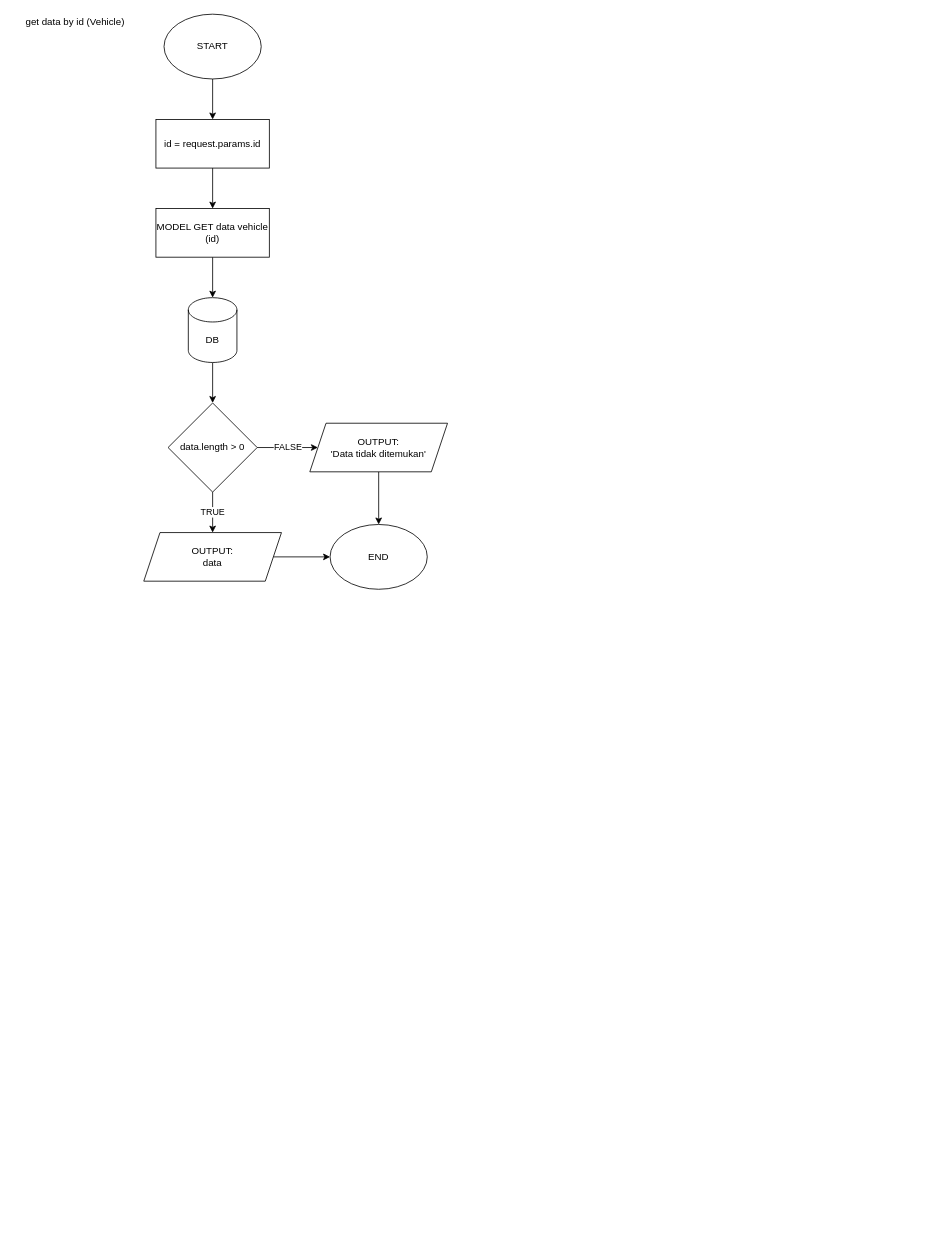
Before: page "Forgot Password" (4 of 5) of drawio/flowchart.drawio in 7shiroi/fw5-backend-beginner, a draw.io diagram. Source tidied: cells renumbered, new cells numbered last; positions are measured from the earlier drawing's top-left corner, leaving out a move shared by most shapes. Both pictures are drawn from the tidied source at 81%, with x=0, y=0 at pixel (18, 14).
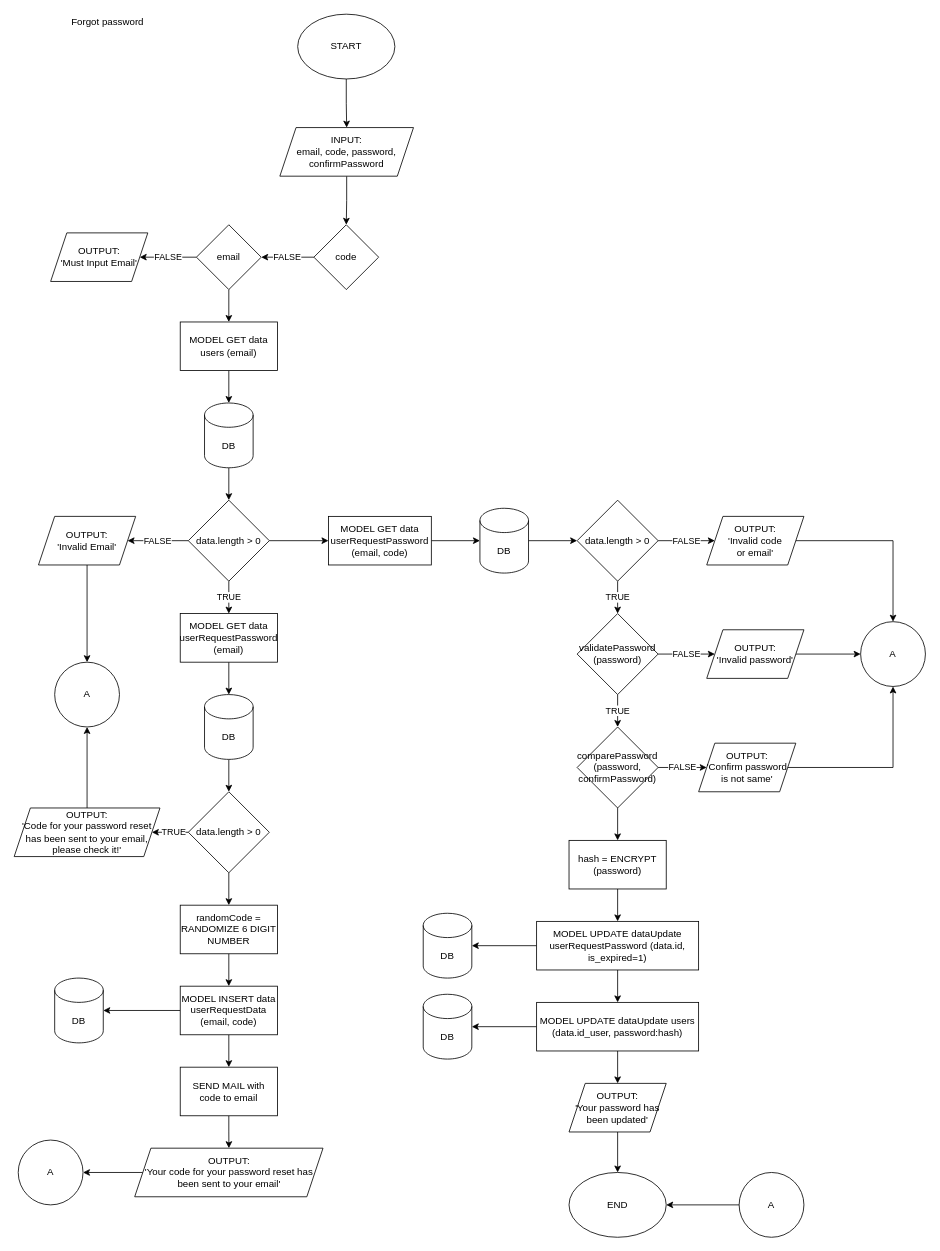
The same diagram, later.

Change to the diagram source:
```diff
@@
-    <mxCell id="2" value="get data by id (Vehicle)" style="text;html=1;align=center;verticalAlign=middle;strokeColor=none;fillColor=none;" parent="1" vertex="1">
-      <mxGeometry width="140" height="20" as="geometry" />
-    </mxCell>
-    <mxCell id="3" style="edgeStyle=orthogonalEdgeStyle;rounded=0;jettySize=auto;html=1;" parent="1" edge="1" source="4" target="6">
-      <mxGeometry relative="1" as="geometry" />
-    </mxCell>
+    <mxCell id="19" value="Forgot password" style="text;html=1;align=center;verticalAlign=middle;strokeColor=none;fillColor=none;" parent="1" vertex="1">
+      <mxGeometry x="60" width="100" height="20" as="geometry" />
+    </mxCell>
+    <mxCell id="20" style="edgeStyle=orthogonalEdgeStyle;rounded=0;jettySize=auto;html=1;" parent="1" edge="1" source="4" target="22">
+      <mxGeometry relative="1" as="geometry" />
+    </mxCell>
     <mxCell id="4" value="START" style="ellipse;whiteSpace=wrap;html=1;" parent="1" vertex="1">
-      <mxGeometry x="180" width="120" height="80" as="geometry" />
+      <mxGeometry x="345" width="120" height="80" as="geometry" />
     </mxCell>
-    <mxCell id="5" style="edgeStyle=orthogonalEdgeStyle;rounded=0;jettySize=auto;html=1;" parent="1" edge="1" source="6" target="8">
-      <mxGeometry relative="1" as="geometry" />
-    </mxCell>
-    <mxCell id="6" value="id = request.params.id" style="rounded=0;whiteSpace=wrap;html=1;" parent="1" vertex="1">
-      <mxGeometry x="170" y="130" width="140" height="60" as="geometry" />
-    </mxCell>
-    <mxCell id="7" style="edgeStyle=orthogonalEdgeStyle;rounded=0;jettySize=auto;html=1;" parent="1" edge="1" source="8" target="18">
-      <mxGeometry relative="1" as="geometry" />
-    </mxCell>
-    <mxCell id="8" value="MODEL GET data vehicle (id)" style="rounded=0;whiteSpace=wrap;html=1;" parent="1" vertex="1">
-      <mxGeometry x="170" y="240" width="140" height="60" as="geometry" />
-    </mxCell>
-    <mxCell id="9" value="FALSE" style="edgeStyle=orthogonalEdgeStyle;rounded=0;jettySize=auto;html=1;" parent="1" edge="1" source="11" target="13">
-      <mxGeometry relative="1" as="geometry" />
-    </mxCell>
-    <mxCell id="10" value="TRUE" style="edgeStyle=orthogonalEdgeStyle;rounded=0;jettySize=auto;html=1;" parent="1" edge="1" source="11">
-      <mxGeometry relative="1" as="geometry">
-        <mxPoint x="240" y="640" as="targetPoint" />
-      </mxGeometry>
-    </mxCell>
-    <mxCell id="11" value="data.length &amp;gt; 0" style="rhombus;whiteSpace=wrap;html=1;" parent="1" vertex="1">
-      <mxGeometry x="185" y="480" width="110" height="110" as="geometry" />
-    </mxCell>
-    <mxCell id="12" style="edgeStyle=orthogonalEdgeStyle;rounded=0;jettySize=auto;html=1;" parent="1" edge="1" source="13" target="16">
-      <mxGeometry relative="1" as="geometry" />
-    </mxCell>
-    <mxCell id="13" value="OUTPUT:&lt;br&gt;'Data tidak ditemukan'" style="shape=parallelogram;perimeter=parallelogramPerimeter;whiteSpace=wrap;html=1;fixedSize=1;" parent="1" vertex="1">
-      <mxGeometry x="360" y="505" width="170" height="60" as="geometry" />
-    </mxCell>
-    <mxCell id="14" style="edgeStyle=orthogonalEdgeStyle;rounded=0;jettySize=auto;html=1;" parent="1" edge="1" source="15" target="16">
-      <mxGeometry relative="1" as="geometry" />
-    </mxCell>
-    <mxCell id="15" value="OUTPUT:&lt;br&gt;data" style="shape=parallelogram;perimeter=parallelogramPerimeter;whiteSpace=wrap;html=1;fixedSize=1;" parent="1" vertex="1">
-      <mxGeometry x="155" y="640" width="170" height="60" as="geometry" />
-    </mxCell>
+    <mxCell id="21" style="edgeStyle=orthogonalEdgeStyle;rounded=0;jettySize=auto;html=1;" parent="1" edge="1" source="22" target="24">
+      <mxGeometry relative="1" as="geometry" />
+    </mxCell>
+    <mxCell id="22" value="INPUT:&lt;br&gt;email, code, password, confirmPassword" style="shape=parallelogram;perimeter=parallelogramPerimeter;whiteSpace=wrap;html=1;fixedSize=1;" parent="1" vertex="1">
+      <mxGeometry x="323" y="140" width="165" height="60" as="geometry" />
+    </mxCell>
+    <mxCell id="23" value="FALSE" style="edgeStyle=orthogonalEdgeStyle;rounded=0;jettySize=auto;html=1;" parent="1" edge="1" source="24" target="27">
+      <mxGeometry relative="1" as="geometry" />
+    </mxCell>
+    <mxCell id="24" value="code" style="rhombus;whiteSpace=wrap;html=1;" parent="1" vertex="1">
+      <mxGeometry x="365" y="260" width="80" height="80" as="geometry" />
+    </mxCell>
+    <mxCell id="25" value="FALSE" style="edgeStyle=orthogonalEdgeStyle;rounded=0;jettySize=auto;html=1;" parent="1" edge="1" source="27" target="30">
+      <mxGeometry relative="1" as="geometry" />
+    </mxCell>
+    <mxCell id="26" style="edgeStyle=orthogonalEdgeStyle;rounded=0;jettySize=auto;html=1;" parent="1" edge="1" source="27" target="29">
+      <mxGeometry relative="1" as="geometry" />
+    </mxCell>
+    <mxCell id="27" value="email" style="rhombus;whiteSpace=wrap;html=1;" parent="1" vertex="1">
+      <mxGeometry x="220" y="260" width="80" height="80" as="geometry" />
+    </mxCell>
+    <mxCell id="28" style="edgeStyle=orthogonalEdgeStyle;rounded=0;jettySize=auto;html=1;" parent="1" edge="1" source="29" target="32">
+      <mxGeometry relative="1" as="geometry" />
+    </mxCell>
+    <mxCell id="29" value="MODEL GET data users (email)" style="rounded=0;whiteSpace=wrap;html=1;" parent="1" vertex="1">
+      <mxGeometry x="200" y="380" width="120" height="60" as="geometry" />
+    </mxCell>
+    <mxCell id="30" value="OUTPUT:&lt;br&gt;'Must Input Email'" style="shape=parallelogram;perimeter=parallelogramPerimeter;whiteSpace=wrap;html=1;fixedSize=1;" parent="1" vertex="1">
+      <mxGeometry x="40" y="270" width="120" height="60" as="geometry" />
+    </mxCell>
+    <mxCell id="31" style="edgeStyle=orthogonalEdgeStyle;rounded=0;jettySize=auto;html=1;" parent="1" edge="1" source="32" target="36">
+      <mxGeometry relative="1" as="geometry" />
+    </mxCell>
+    <mxCell id="32" value="DB" style="shape=cylinder3;whiteSpace=wrap;html=1;boundedLbl=1;backgroundOutline=1;size=15;" parent="1" vertex="1">
+      <mxGeometry x="230" y="480" width="60" height="80" as="geometry" />
+    </mxCell>
+    <mxCell id="33" value="FALSE" style="edgeStyle=orthogonalEdgeStyle;rounded=0;jettySize=auto;html=1;" parent="1" edge="1" source="36" target="38">
+      <mxGeometry relative="1" as="geometry" />
+    </mxCell>
+    <mxCell id="34" value="TRUE" style="edgeStyle=orthogonalEdgeStyle;rounded=0;jettySize=auto;html=1;" parent="1" edge="1" source="36" target="40">
+      <mxGeometry relative="1" as="geometry" />
+    </mxCell>
+    <mxCell id="35" style="edgeStyle=orthogonalEdgeStyle;rounded=0;jettySize=auto;html=1;" parent="1" edge="1" source="36" target="59">
+      <mxGeometry relative="1" as="geometry" />
+    </mxCell>
+    <mxCell id="36" value="data.length &amp;gt; 0" style="rhombus;whiteSpace=wrap;html=1;" parent="1" vertex="1">
+      <mxGeometry x="210" y="600" width="100" height="100" as="geometry" />
+    </mxCell>
+    <mxCell id="37" style="edgeStyle=orthogonalEdgeStyle;rounded=0;jettySize=auto;html=1;" parent="1" edge="1" source="38" target="89">
+      <mxGeometry relative="1" as="geometry" />
+    </mxCell>
+    <mxCell id="38" value="OUTPUT:&lt;br&gt;'Invalid Email'" style="shape=parallelogram;perimeter=parallelogramPerimeter;whiteSpace=wrap;html=1;fixedSize=1;" parent="1" vertex="1">
+      <mxGeometry x="25" y="620" width="120" height="60" as="geometry" />
+    </mxCell>
+    <mxCell id="39" style="edgeStyle=orthogonalEdgeStyle;rounded=0;jettySize=auto;html=1;" parent="1" edge="1" source="40" target="42">
+      <mxGeometry relative="1" as="geometry" />
+    </mxCell>
+    <mxCell id="40" value="MODEL GET data userRequestPassword (email)" style="rounded=0;whiteSpace=wrap;html=1;" parent="1" vertex="1">
+      <mxGeometry x="200" y="740" width="120" height="60" as="geometry" />
+    </mxCell>
+    <mxCell id="41" style="edgeStyle=orthogonalEdgeStyle;rounded=0;jettySize=auto;html=1;" parent="1" edge="1" source="42" target="45">
+      <mxGeometry relative="1" as="geometry" />
+    </mxCell>
+    <mxCell id="42" value="DB" style="shape=cylinder3;whiteSpace=wrap;html=1;boundedLbl=1;backgroundOutline=1;size=15;" parent="1" vertex="1">
+      <mxGeometry x="230" y="840" width="60" height="80" as="geometry" />
+    </mxCell>
+    <mxCell id="43" value="TRUE" style="edgeStyle=orthogonalEdgeStyle;rounded=0;jettySize=auto;html=1;" parent="1" edge="1" source="45" target="47">
+      <mxGeometry relative="1" as="geometry" />
+    </mxCell>
+    <mxCell id="44" style="edgeStyle=orthogonalEdgeStyle;rounded=0;jettySize=auto;html=1;" parent="1" edge="1" source="45" target="49">
+      <mxGeometry relative="1" as="geometry" />
+    </mxCell>
+    <mxCell id="45" value="data.length &amp;gt; 0" style="rhombus;whiteSpace=wrap;html=1;" parent="1" vertex="1">
+      <mxGeometry x="210" y="960" width="100" height="100" as="geometry" />
+    </mxCell>
+    <mxCell id="46" style="edgeStyle=orthogonalEdgeStyle;rounded=0;jettySize=auto;html=1;" parent="1" edge="1" source="47" target="89">
+      <mxGeometry relative="1" as="geometry" />
+    </mxCell>
+    <mxCell id="47" value="OUTPUT:&lt;br&gt;'Code for your password reset has been sent to your email, please check it!'" style="shape=parallelogram;perimeter=parallelogramPerimeter;whiteSpace=wrap;html=1;fixedSize=1;" parent="1" vertex="1">
+      <mxGeometry x="-5" y="980" width="180" height="60" as="geometry" />
+    </mxCell>
+    <mxCell id="48" style="edgeStyle=orthogonalEdgeStyle;rounded=0;jettySize=auto;html=1;" parent="1" edge="1" source="49" target="52">
+      <mxGeometry relative="1" as="geometry" />
+    </mxCell>
+    <mxCell id="49" value="randomCode = RANDOMIZE 6 DIGIT NUMBER" style="rounded=0;whiteSpace=wrap;html=1;" parent="1" vertex="1">
+      <mxGeometry x="200" y="1100" width="120" height="60" as="geometry" />
+    </mxCell>
+    <mxCell id="50" style="edgeStyle=orthogonalEdgeStyle;rounded=0;jettySize=auto;html=1;" parent="1" edge="1" source="52" target="53">
+      <mxGeometry relative="1" as="geometry" />
+    </mxCell>
+    <mxCell id="51" style="edgeStyle=orthogonalEdgeStyle;rounded=0;jettySize=auto;html=1;" parent="1" edge="1" source="52" target="55">
+      <mxGeometry relative="1" as="geometry" />
+    </mxCell>
+    <mxCell id="52" value="MODEL INSERT data userRequestData (email, code)" style="rounded=0;whiteSpace=wrap;html=1;" parent="1" vertex="1">
+      <mxGeometry x="200" y="1200" width="120" height="60" as="geometry" />
+    </mxCell>
+    <mxCell id="53" value="DB" style="shape=cylinder3;whiteSpace=wrap;html=1;boundedLbl=1;backgroundOutline=1;size=15;" parent="1" vertex="1">
+      <mxGeometry x="45" y="1190" width="60" height="80" as="geometry" />
+    </mxCell>
+    <mxCell id="54" style="edgeStyle=orthogonalEdgeStyle;rounded=0;jettySize=auto;html=1;" parent="1" edge="1" source="55" target="57">
+      <mxGeometry relative="1" as="geometry" />
+    </mxCell>
+    <mxCell id="55" value="SEND MAIL with code to email" style="rounded=0;whiteSpace=wrap;html=1;" parent="1" vertex="1">
+      <mxGeometry x="200" y="1300" width="120" height="60" as="geometry" />
+    </mxCell>
+    <mxCell id="56" style="edgeStyle=orthogonalEdgeStyle;rounded=0;jettySize=auto;html=1;" parent="1" edge="1" source="57" target="93">
+      <mxGeometry relative="1" as="geometry" />
+    </mxCell>
+    <mxCell id="57" value="OUTPUT:&lt;br&gt;'Your code for your password reset has been sent to your email'" style="shape=parallelogram;perimeter=parallelogramPerimeter;whiteSpace=wrap;html=1;fixedSize=1;" parent="1" vertex="1">
+      <mxGeometry x="143.8" y="1400" width="232.5" height="60" as="geometry" />
+    </mxCell>
+    <mxCell id="58" style="edgeStyle=orthogonalEdgeStyle;rounded=0;jettySize=auto;html=1;" parent="1" edge="1" source="59" target="61">
+      <mxGeometry relative="1" as="geometry" />
+    </mxCell>
+    <mxCell id="59" value="MODEL GET data userRequestPassword (email, code)" style="rounded=0;whiteSpace=wrap;html=1;" parent="1" vertex="1">
+      <mxGeometry x="383" y="620" width="127" height="60" as="geometry" />
+    </mxCell>
+    <mxCell id="60" style="edgeStyle=orthogonalEdgeStyle;rounded=0;jettySize=auto;html=1;" parent="1" edge="1" source="61" target="64">
+      <mxGeometry relative="1" as="geometry" />
+    </mxCell>
+    <mxCell id="61" value="DB" style="shape=cylinder3;whiteSpace=wrap;html=1;boundedLbl=1;backgroundOutline=1;size=15;" parent="1" vertex="1">
+      <mxGeometry x="570" y="610" width="60" height="80" as="geometry" />
+    </mxCell>
+    <mxCell id="62" value="FALSE" style="edgeStyle=orthogonalEdgeStyle;rounded=0;jettySize=auto;html=1;" parent="1" edge="1" source="64" target="66">
+      <mxGeometry relative="1" as="geometry" />
+    </mxCell>
+    <mxCell id="63" value="TRUE" style="edgeStyle=orthogonalEdgeStyle;rounded=0;jettySize=auto;html=1;" parent="1" edge="1" source="64" target="69">
+      <mxGeometry relative="1" as="geometry" />
+    </mxCell>
+    <mxCell id="64" value="data.length &amp;gt; 0" style="rhombus;whiteSpace=wrap;html=1;" parent="1" vertex="1">
+      <mxGeometry x="690" y="600" width="100" height="100" as="geometry" />
+    </mxCell>
+    <mxCell id="65" style="edgeStyle=orthogonalEdgeStyle;rounded=0;jettySize=auto;html=1;" parent="1" edge="1" source="66" target="90">
+      <mxGeometry relative="1" as="geometry" />
+    </mxCell>
+    <mxCell id="66" value="OUTPUT:&lt;br&gt;'Invalid code &lt;br&gt;or email'" style="shape=parallelogram;perimeter=parallelogramPerimeter;whiteSpace=wrap;html=1;fixedSize=1;" parent="1" vertex="1">
+      <mxGeometry x="850" y="620" width="120" height="60" as="geometry" />
+    </mxCell>
+    <mxCell id="67" value="FALSE" style="edgeStyle=orthogonalEdgeStyle;rounded=0;jettySize=auto;html=1;" parent="1" edge="1" source="69" target="71">
+      <mxGeometry relative="1" as="geometry" />
+    </mxCell>
+    <mxCell id="68" value="TRUE" style="edgeStyle=orthogonalEdgeStyle;rounded=0;jettySize=auto;html=1;" parent="1" edge="1" source="69" target="74">
+      <mxGeometry relative="1" as="geometry" />
+    </mxCell>
+    <mxCell id="69" value="validatePassword (password)" style="rhombus;whiteSpace=wrap;html=1;" parent="1" vertex="1">
+      <mxGeometry x="690" y="740" width="100" height="100" as="geometry" />
+    </mxCell>
+    <mxCell id="70" style="edgeStyle=orthogonalEdgeStyle;rounded=0;jettySize=auto;html=1;" parent="1" edge="1" source="71" target="90">
+      <mxGeometry relative="1" as="geometry" />
+    </mxCell>
+    <mxCell id="71" value="OUTPUT:&lt;br&gt;'Invalid password'" style="shape=parallelogram;perimeter=parallelogramPerimeter;whiteSpace=wrap;html=1;fixedSize=1;" parent="1" vertex="1">
+      <mxGeometry x="850" y="760" width="120" height="60" as="geometry" />
+    </mxCell>
+    <mxCell id="72" value="FALSE" style="edgeStyle=orthogonalEdgeStyle;rounded=0;jettySize=auto;html=1;" parent="1" edge="1" source="74" target="76">
+      <mxGeometry relative="1" as="geometry" />
+    </mxCell>
+    <mxCell id="73" style="edgeStyle=orthogonalEdgeStyle;rounded=0;jettySize=auto;html=1;" parent="1" edge="1" source="74" target="78">
+      <mxGeometry relative="1" as="geometry" />
+    </mxCell>
+    <mxCell id="74" value="comparePassword (password, confirmPassword)" style="rhombus;whiteSpace=wrap;html=1;" parent="1" vertex="1">
+      <mxGeometry x="690" y="880" width="100" height="100" as="geometry" />
+    </mxCell>
+    <mxCell id="75" style="edgeStyle=orthogonalEdgeStyle;rounded=0;jettySize=auto;html=1;" parent="1" edge="1" source="76" target="90">
+      <mxGeometry relative="1" as="geometry" />
+    </mxCell>
+    <mxCell id="76" value="OUTPUT:&lt;br&gt;'Confirm password&lt;br&gt;is not same'" style="shape=parallelogram;perimeter=parallelogramPerimeter;whiteSpace=wrap;html=1;fixedSize=1;" parent="1" vertex="1">
+      <mxGeometry x="840" y="900" width="120" height="60" as="geometry" />
+    </mxCell>
+    <mxCell id="77" style="edgeStyle=orthogonalEdgeStyle;rounded=0;jettySize=auto;html=1;" parent="1" edge="1" source="78" target="81">
+      <mxGeometry relative="1" as="geometry" />
+    </mxCell>
+    <mxCell id="78" value="hash = ENCRYPT (password)" style="rounded=0;whiteSpace=wrap;html=1;" parent="1" vertex="1">
+      <mxGeometry x="680" y="1020" width="120" height="60" as="geometry" />
+    </mxCell>
+    <mxCell id="79" style="edgeStyle=orthogonalEdgeStyle;rounded=0;jettySize=auto;html=1;" parent="1" edge="1" source="81" target="82">
+      <mxGeometry relative="1" as="geometry" />
+    </mxCell>
+    <mxCell id="80" style="edgeStyle=orthogonalEdgeStyle;rounded=0;jettySize=auto;html=1;" parent="1" edge="1" source="81" target="85">
+      <mxGeometry relative="1" as="geometry" />
+    </mxCell>
+    <mxCell id="81" value="MODEL UPDATE dataUpdate userRequestPassword (data.id, is_expired=1)" style="rounded=0;whiteSpace=wrap;html=1;" parent="1" vertex="1">
+      <mxGeometry x="640" y="1120" width="200" height="60" as="geometry" />
+    </mxCell>
+    <mxCell id="82" value="DB" style="shape=cylinder3;whiteSpace=wrap;html=1;boundedLbl=1;backgroundOutline=1;size=15;" parent="1" vertex="1">
+      <mxGeometry x="500" y="1110" width="60" height="80" as="geometry" />
+    </mxCell>
+    <mxCell id="83" style="edgeStyle=orthogonalEdgeStyle;rounded=0;jettySize=auto;html=1;" parent="1" edge="1" source="85" target="86">
+      <mxGeometry relative="1" as="geometry" />
+    </mxCell>
+    <mxCell id="84" style="edgeStyle=orthogonalEdgeStyle;rounded=0;jettySize=auto;html=1;" parent="1" edge="1" source="85" target="88">
+      <mxGeometry relative="1" as="geometry" />
+    </mxCell>
+    <mxCell id="85" value="MODEL UPDATE dataUpdate users (data.id_user, password:hash)" style="rounded=0;whiteSpace=wrap;html=1;" parent="1" vertex="1">
+      <mxGeometry x="640" y="1220" width="200" height="60" as="geometry" />
+    </mxCell>
+    <mxCell id="86" value="DB" style="shape=cylinder3;whiteSpace=wrap;html=1;boundedLbl=1;backgroundOutline=1;size=15;" parent="1" vertex="1">
+      <mxGeometry x="500" y="1210" width="60" height="80" as="geometry" />
+    </mxCell>
+    <mxCell id="87" style="edgeStyle=orthogonalEdgeStyle;rounded=0;jettySize=auto;html=1;" parent="1" edge="1" source="88" target="16">
+      <mxGeometry relative="1" as="geometry" />
+    </mxCell>
+    <mxCell id="88" value="OUTPUT:&lt;br&gt;'Your password has been updated'" style="shape=parallelogram;perimeter=parallelogramPerimeter;whiteSpace=wrap;html=1;fixedSize=1;" parent="1" vertex="1">
+      <mxGeometry x="680" y="1320" width="120" height="60" as="geometry" />
+    </mxCell>
     <mxCell id="16" value="END" style="ellipse;whiteSpace=wrap;html=1;" parent="1" vertex="1">
-      <mxGeometry x="385" y="630" width="120" height="80" as="geometry" />
+      <mxGeometry x="680" y="1430" width="120" height="80" as="geometry" />
     </mxCell>
-    <mxCell id="17" style="edgeStyle=orthogonalEdgeStyle;rounded=0;jettySize=auto;html=1;" parent="1" edge="1" source="18" target="11">
-      <mxGeometry relative="1" as="geometry" />
-    </mxCell>
-    <mxCell id="18" value="DB" style="shape=cylinder3;whiteSpace=wrap;html=1;boundedLbl=1;backgroundOutline=1;size=15;" parent="1" vertex="1">
-      <mxGeometry x="210" y="350" width="60" height="80" as="geometry" />
-    </mxCell>
+    <mxCell id="89" value="A" style="ellipse;whiteSpace=wrap;html=1;" parent="1" vertex="1">
+      <mxGeometry x="45" y="800" width="80" height="80" as="geometry" />
+    </mxCell>
+    <mxCell id="90" value="A" style="ellipse;whiteSpace=wrap;html=1;" parent="1" vertex="1">
+      <mxGeometry x="1040" y="750" width="80" height="80" as="geometry" />
+    </mxCell>
+    <mxCell id="91" style="edgeStyle=orthogonalEdgeStyle;rounded=0;jettySize=auto;html=1;" parent="1" edge="1" source="92" target="16">
+      <mxGeometry relative="1" as="geometry" />
+    </mxCell>
+    <mxCell id="92" value="A" style="ellipse;whiteSpace=wrap;html=1;" parent="1" vertex="1">
+      <mxGeometry x="890" y="1430" width="80" height="80" as="geometry" />
+    </mxCell>
+    <mxCell id="93" value="A" style="ellipse;whiteSpace=wrap;html=1;" parent="1" vertex="1">
+      <mxGeometry y="1390" width="80" height="80" as="geometry" />
+    </mxCell>
```
